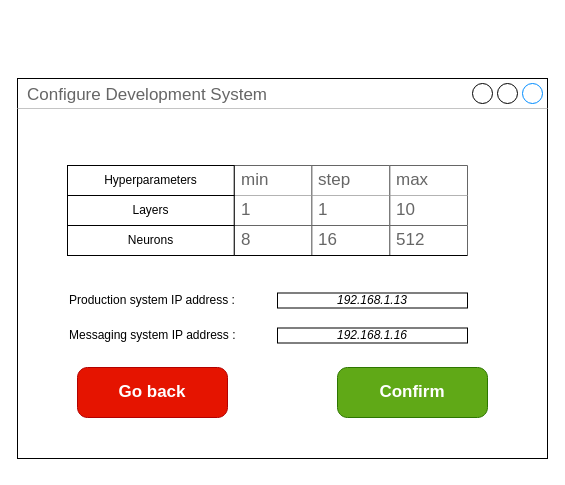
Earlier version of the draw.io diagram configure/development_system(BELLO).drawio (BaffoBello14/AutomaticDamagesRecognition). Source tidied: cells renumbered, new cells numbered last; positions are measured from the earlier drawing's top-left corner, leaving out a move shared by most shapes. Both pictures are drawn from the tidied source at 100%, with x=0, y=0 at pixel (17, 78).
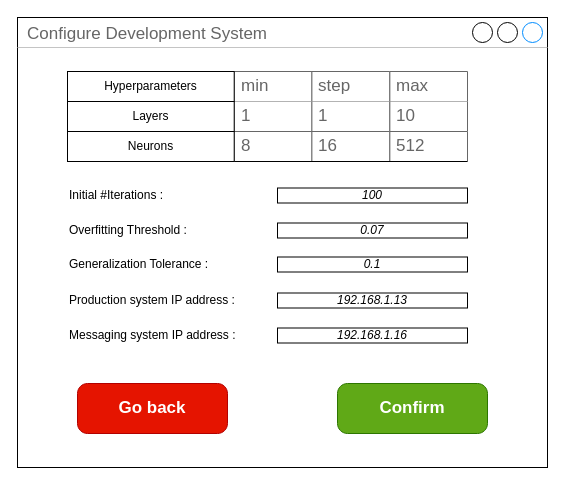
After the change.

Commit message (it also covers changes not shown here):
modify configure of production and development

Diff of the diagram source:
```diff
@@
     <mxCell id="2" value="Configure Development System" style="strokeWidth=1;shadow=0;dashed=0;align=center;html=1;shape=mxgraph.mockup.containers.window;align=left;verticalAlign=top;spacingLeft=8;strokeColor2=#008cff;strokeColor3=#c4c4c4;fontColor=#666666;mainText=;fontSize=17;labelBackgroundColor=none;whiteSpace=wrap;" parent="1" vertex="1">
-      <mxGeometry width="530" height="380" as="geometry" />
+      <mxGeometry y="-61" width="530" height="450" as="geometry" />
     </mxCell>
     <mxCell id="3" value="Confirm" style="strokeWidth=1;shadow=0;dashed=0;align=center;html=1;shape=mxgraph.mockup.buttons.button;strokeColor=#2D7600;fontColor=#ffffff;mainText=;buttonStyle=round;fontSize=17;fontStyle=1;fillColor=#60a917;whiteSpace=wrap;" parent="1" vertex="1">
-      <mxGeometry x="320" y="289" width="150" height="50" as="geometry" />
+      <mxGeometry x="320" y="305" width="150" height="50" as="geometry" />
     </mxCell>
     <mxCell id="4" value="Go back" style="strokeWidth=1;shadow=0;dashed=0;align=center;html=1;shape=mxgraph.mockup.buttons.button;strokeColor=#B20000;mainText=;buttonStyle=round;fontSize=17;fontStyle=1;fillColor=#e51400;whiteSpace=wrap;fontColor=#ffffff;" parent="1" vertex="1">
-      <mxGeometry x="60" y="289" width="150" height="50" as="geometry" />
+      <mxGeometry x="60" y="305" width="150" height="50" as="geometry" />
     </mxCell>
@@
+    <mxCell id="22" style="group;" parent="1" vertex="1">
+      <mxGeometry x="50" y="-7" width="400" height="90" as="geometry" />
+    </mxCell>
-    <mxCell id="9" value="1" style="strokeWidth=1;shadow=0;dashed=0;align=center;html=1;shape=mxgraph.mockup.forms.uRect;fontSize=17;fontColor=#666666;align=left;spacingLeft=5;strokeColor=#666666;fillColor=#FFFFFF;" parent="1" vertex="1">
-      <mxGeometry x="216.7" y="117" width="77.8" height="30" as="geometry" />
+    <mxCell id="9" value="1" style="strokeWidth=1;shadow=0;dashed=0;align=center;html=1;shape=mxgraph.mockup.forms.uRect;fontSize=17;fontColor=#666666;align=left;spacingLeft=5;strokeColor=#666666;fillColor=#FFFFFF;" parent="22" vertex="1">
+      <mxGeometry x="166.7" y="30" width="77.8" height="30" as="geometry" />
     </mxCell>
-    <mxCell id="10" value="10" style="strokeWidth=1;shadow=0;dashed=0;align=center;html=1;shape=mxgraph.mockup.forms.uRect;fontSize=17;fontColor=#666666;align=left;spacingLeft=5;strokeColor=#666666;fillColor=#FFFFFF;" parent="1" vertex="1">
-      <mxGeometry x="372.2" y="117" width="77.8" height="30" as="geometry" />
+    <mxCell id="10" value="10" style="strokeWidth=1;shadow=0;dashed=0;align=center;html=1;shape=mxgraph.mockup.forms.uRect;fontSize=17;fontColor=#666666;align=left;spacingLeft=5;strokeColor=#666666;fillColor=#FFFFFF;" parent="22" vertex="1">
+      <mxGeometry x="322.2" y="30" width="77.8" height="30" as="geometry" />
     </mxCell>
-    <mxCell id="11" value="1" style="strokeWidth=1;shadow=0;dashed=0;align=center;html=1;shape=mxgraph.mockup.forms.uRect;fontSize=17;fontColor=#666666;align=left;spacingLeft=5;strokeColor=#666666;fillColor=#FFFFFF;" parent="1" vertex="1">
-      <mxGeometry x="294.4" y="117" width="77.8" height="30" as="geometry" />
+    <mxCell id="11" value="1" style="strokeWidth=1;shadow=0;dashed=0;align=center;html=1;shape=mxgraph.mockup.forms.uRect;fontSize=17;fontColor=#666666;align=left;spacingLeft=5;strokeColor=#666666;fillColor=#FFFFFF;" parent="22" vertex="1">
+      <mxGeometry x="244.4" y="30" width="77.8" height="30" as="geometry" />
     </mxCell>
-    <mxCell id="12" value="8" style="strokeWidth=1;shadow=0;dashed=0;align=center;html=1;shape=mxgraph.mockup.forms.uRect;fontSize=17;fontColor=#666666;align=left;spacingLeft=5;strokeColor=#666666;fillColor=#FFFFFF;" parent="1" vertex="1">
-      <mxGeometry x="216.7" y="147" width="77.8" height="30" as="geometry" />
+    <mxCell id="12" value="8" style="strokeWidth=1;shadow=0;dashed=0;align=center;html=1;shape=mxgraph.mockup.forms.uRect;fontSize=17;fontColor=#666666;align=left;spacingLeft=5;strokeColor=#666666;fillColor=#FFFFFF;" parent="22" vertex="1">
+      <mxGeometry x="166.7" y="60" width="77.8" height="30" as="geometry" />
     </mxCell>
-    <mxCell id="13" value="512" style="strokeWidth=1;shadow=0;dashed=0;align=center;html=1;shape=mxgraph.mockup.forms.uRect;fontSize=17;fontColor=#666666;align=left;spacingLeft=5;strokeColor=#666666;fillColor=#FFFFFF;" parent="1" vertex="1">
-      <mxGeometry x="372.2" y="147" width="77.8" height="30" as="geometry" />
+    <mxCell id="13" value="512" style="strokeWidth=1;shadow=0;dashed=0;align=center;html=1;shape=mxgraph.mockup.forms.uRect;fontSize=17;fontColor=#666666;align=left;spacingLeft=5;strokeColor=#666666;fillColor=#FFFFFF;" parent="22" vertex="1">
+      <mxGeometry x="322.2" y="60" width="77.8" height="30" as="geometry" />
     </mxCell>
-    <mxCell id="14" value="16" style="strokeWidth=1;shadow=0;dashed=0;align=center;html=1;shape=mxgraph.mockup.forms.uRect;fontSize=17;fontColor=#666666;align=left;spacingLeft=5;strokeColor=#666666;fillColor=#FFFFFF;" parent="1" vertex="1">
-      <mxGeometry x="294.4" y="147" width="77.8" height="30" as="geometry" />
+    <mxCell id="14" value="16" style="strokeWidth=1;shadow=0;dashed=0;align=center;html=1;shape=mxgraph.mockup.forms.uRect;fontSize=17;fontColor=#666666;align=left;spacingLeft=5;strokeColor=#666666;fillColor=#FFFFFF;" parent="22" vertex="1">
+      <mxGeometry x="244.4" y="60" width="77.8" height="30" as="geometry" />
     </mxCell>
-    <mxCell id="15" style="endArrow=none;html=1;exitX=0;exitY=1;exitDx=0;exitDy=0;exitPerimeter=0;entryX=1;entryY=1;entryDx=0;entryDy=0;entryPerimeter=0;" parent="1" edge="1" source="12" target="13">
+    <mxCell id="15" style="endArrow=none;html=1;exitX=0;exitY=1;exitDx=0;exitDy=0;exitPerimeter=0;entryX=1;entryY=1;entryDx=0;entryDy=0;entryPerimeter=0;" parent="22" edge="1" source="12" target="13">
       <mxGeometry relative="1" as="geometry" />
     </mxCell>
-    <mxCell id="16" value="min" style="strokeWidth=1;shadow=0;dashed=0;align=center;html=1;shape=mxgraph.mockup.forms.uRect;fontSize=17;fontColor=#666666;align=left;spacingLeft=5;strokeColor=#666666;fillColor=#FFFFFF;" parent="1" vertex="1">
-      <mxGeometry x="216.7" y="87" width="77.8" height="30" as="geometry" />
+    <mxCell id="16" value="min" style="strokeWidth=1;shadow=0;dashed=0;align=center;html=1;shape=mxgraph.mockup.forms.uRect;fontSize=17;fontColor=#666666;align=left;spacingLeft=5;strokeColor=#666666;fillColor=#FFFFFF;" parent="22" vertex="1">
+      <mxGeometry x="166.7" width="77.8" height="30" as="geometry" />
     </mxCell>
-    <mxCell id="17" value="max" style="strokeWidth=1;shadow=0;dashed=0;align=center;html=1;shape=mxgraph.mockup.forms.uRect;fontSize=17;fontColor=#666666;align=left;spacingLeft=5;strokeColor=#666666;fillColor=#FFFFFF;" parent="1" vertex="1">
-      <mxGeometry x="372.2" y="87" width="77.8" height="30" as="geometry" />
+    <mxCell id="17" value="max" style="strokeWidth=1;shadow=0;dashed=0;align=center;html=1;shape=mxgraph.mockup.forms.uRect;fontSize=17;fontColor=#666666;align=left;spacingLeft=5;strokeColor=#666666;fillColor=#FFFFFF;" parent="22" vertex="1">
+      <mxGeometry x="322.2" width="77.8" height="30" as="geometry" />
     </mxCell>
-    <mxCell id="18" value="step" style="strokeWidth=1;shadow=0;dashed=0;align=center;html=1;shape=mxgraph.mockup.forms.uRect;fontSize=17;fontColor=#666666;align=left;spacingLeft=5;strokeColor=#666666;fillColor=#FFFFFF;" parent="1" vertex="1">
-      <mxGeometry x="294.4" y="87" width="77.8" height="30" as="geometry" />
+    <mxCell id="18" value="step" style="strokeWidth=1;shadow=0;dashed=0;align=center;html=1;shape=mxgraph.mockup.forms.uRect;fontSize=17;fontColor=#666666;align=left;spacingLeft=5;strokeColor=#666666;fillColor=#FFFFFF;" parent="22" vertex="1">
+      <mxGeometry x="244.4" width="77.8" height="30" as="geometry" />
     </mxCell>
-    <mxCell id="19" value="Layers" style="whiteSpace=wrap;html=1;fillColor=#FFFFFF;" parent="1" vertex="1">
-      <mxGeometry x="50" y="117" width="166.7" height="30" as="geometry" />
+    <mxCell id="19" value="Layers" style="whiteSpace=wrap;html=1;fillColor=#FFFFFF;" parent="22" vertex="1">
+      <mxGeometry y="30" width="166.7" height="30" as="geometry" />
     </mxCell>
-    <mxCell id="20" value="Neurons" style="whiteSpace=wrap;html=1;fillColor=#FFFFFF;" parent="1" vertex="1">
-      <mxGeometry x="50" y="147" width="166.7" height="30" as="geometry" />
+    <mxCell id="20" value="Neurons" style="whiteSpace=wrap;html=1;fillColor=#FFFFFF;" parent="22" vertex="1">
+      <mxGeometry y="60" width="166.7" height="30" as="geometry" />
     </mxCell>
-    <mxCell id="21" value="Hyperparameters" style="whiteSpace=wrap;html=1;fillColor=#FFFFFF;" parent="1" vertex="1">
-      <mxGeometry x="50" y="87" width="166.7" height="30" as="geometry" />
+    <mxCell id="21" value="Hyperparameters" style="whiteSpace=wrap;html=1;fillColor=#FFFFFF;" parent="22" vertex="1">
+      <mxGeometry width="166.7" height="30" as="geometry" />
     </mxCell>
+    <mxCell id="23" value="Overfitting Threshold :" style="text;html=1;strokeColor=none;fillColor=none;align=left;verticalAlign=middle;whiteSpace=wrap;rounded=0;" parent="1" vertex="1">
+      <mxGeometry x="50" y="137" width="210" height="30" as="geometry" />
+    </mxCell>
+    <mxCell id="24" value="&lt;i style=&quot;border-color: var(--border-color);&quot;&gt;&lt;font style=&quot;border-color: var(--border-color);&quot;&gt;0.07&lt;/font&gt;&lt;/i&gt;" style="rounded=0;whiteSpace=wrap;html=1;fontColor=#000000;" parent="1" vertex="1">
+      <mxGeometry x="260" y="144.5" width="190" height="15" as="geometry" />
+    </mxCell>
+    <mxCell id="25" value="Initial #Iterations :" style="text;html=1;strokeColor=none;fillColor=none;align=left;verticalAlign=middle;whiteSpace=wrap;rounded=0;" parent="1" vertex="1">
+      <mxGeometry x="50" y="102" width="210" height="30" as="geometry" />
+    </mxCell>
+    <mxCell id="26" value="&lt;i style=&quot;border-color: var(--border-color);&quot;&gt;&lt;font style=&quot;border-color: var(--border-color);&quot;&gt;100&lt;/font&gt;&lt;/i&gt;" style="rounded=0;whiteSpace=wrap;html=1;fontColor=#000000;" parent="1" vertex="1">
+      <mxGeometry x="260" y="109.5" width="190" height="15" as="geometry" />
+    </mxCell>
+    <mxCell id="27" value="Generalization Tolerance :" style="text;html=1;strokeColor=none;fillColor=none;align=left;verticalAlign=middle;whiteSpace=wrap;rounded=0;" parent="1" vertex="1">
+      <mxGeometry x="50" y="171" width="210" height="30" as="geometry" />
+    </mxCell>
+    <mxCell id="28" value="&lt;i style=&quot;border-color: var(--border-color);&quot;&gt;&lt;font style=&quot;border-color: var(--border-color);&quot;&gt;0.1&lt;/font&gt;&lt;/i&gt;" style="rounded=0;whiteSpace=wrap;html=1;fontColor=#000000;" parent="1" vertex="1">
+      <mxGeometry x="260" y="178.5" width="190" height="15" as="geometry" />
+    </mxCell>
```
